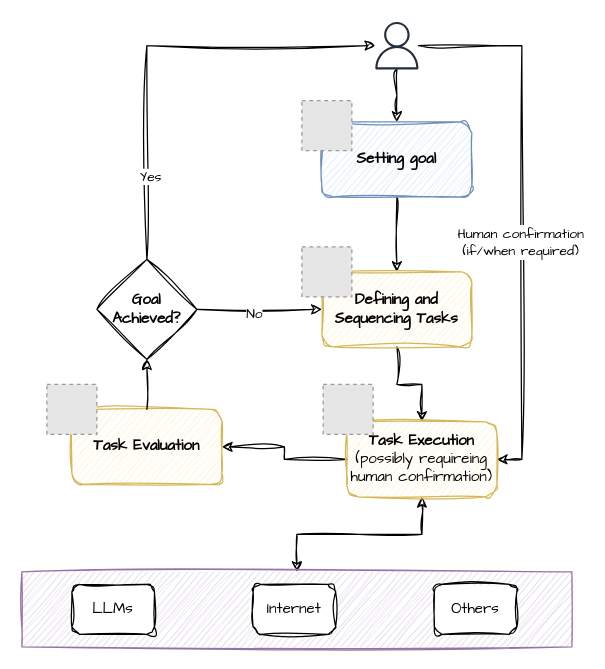
This is page "The design of AutoGPT agent system" (6 of 10) of part_3-ml-and-ai/02-agentic/00-ai-agents-in-action/diagrams.drawio from sergiofgonzalez/python-workbench, a draw.io file, before an edit. Source tidied: cells renumbered, new cells numbered last; positions are measured from the earlier drawing's top-left corner, leaving out a move shared by most shapes. Both pictures are drawn from the tidied source at 125%, with x=0, y=0 at pixel (21, 21). Pictures stored in the file or linked from it are replaced by grey dashed boxes.
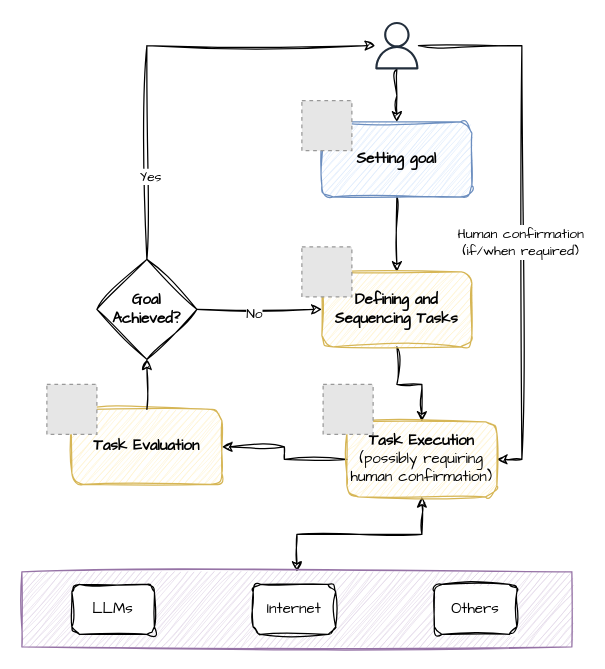
The same diagram, later.

Diff of the diagram source:
```diff
@@
-    <mxCell id="14" value="&lt;b&gt;Task Execution&lt;/b&gt;&lt;div&gt;(possibly requireing human confirmation)&lt;/div&gt;" style="rounded=1;whiteSpace=wrap;html=1;sketch=1;hachureGap=4;jiggle=2;curveFitting=1;fontFamily=Architects Daughter;fillColor=#fff2cc;strokeColor=#d6b656;" parent="1" vertex="1">
+    <mxCell id="14" value="&lt;b&gt;Task Execution&lt;/b&gt;&lt;div&gt;(possibly requiring human confirmation)&lt;/div&gt;" style="rounded=1;whiteSpace=wrap;html=1;sketch=1;hachureGap=4;jiggle=2;curveFitting=1;fontFamily=Architects Daughter;fillColor=#fff2cc;strokeColor=#d6b656;" parent="1" vertex="1">
       <mxGeometry x="260" y="320" width="120" height="60" as="geometry" />
     </mxCell>
```
